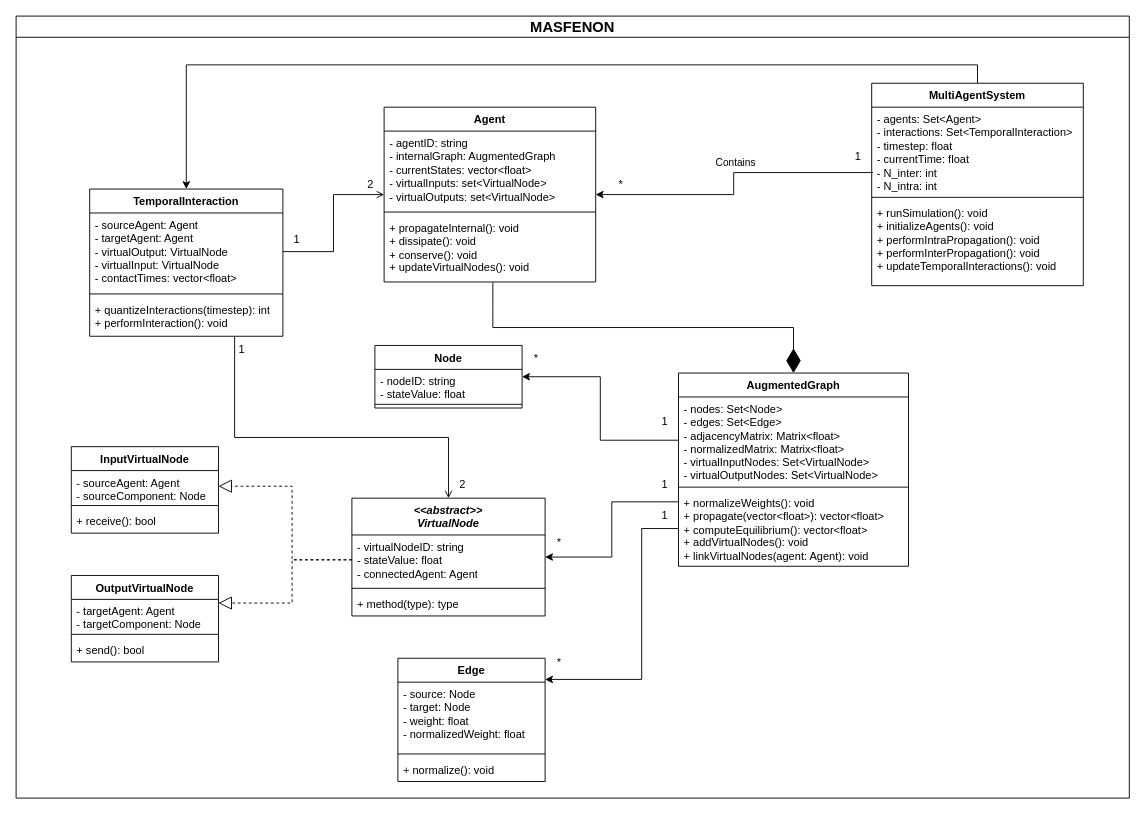
Above: docs/images/UMLfull.drawio in josura/c2c-sepia (draw.io), before the change. Source tidied: cells renumbered, new cells numbered last; positions are measured from the earlier drawing's top-left corner, leaving out a move shared by most shapes. Both pictures are drawn from the tidied source at 92%, with x=0, y=0 at pixel (16, 16).
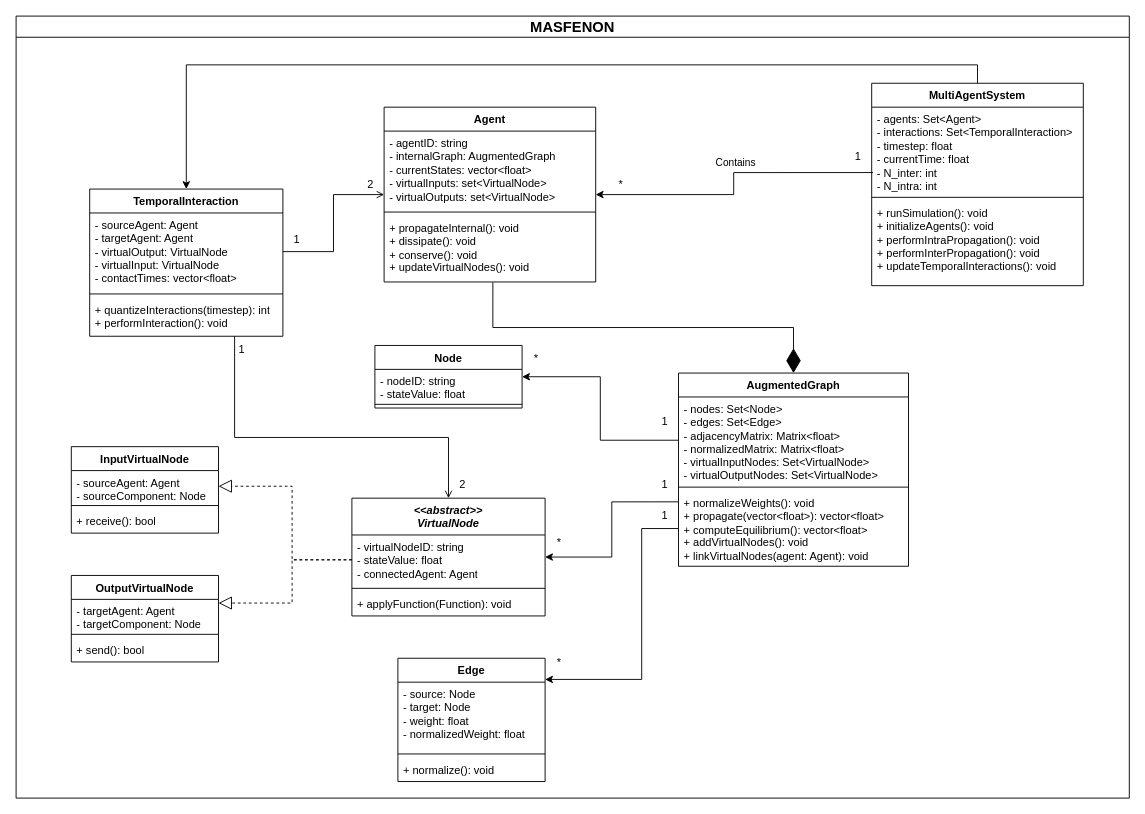
The same page after the edit.

The change refers to these unchanged cells:
```xml
<mxCell id="21" value="&lt;div&gt;&lt;i&gt;&amp;lt;&amp;lt;abstract&amp;gt;&amp;gt;&lt;/i&gt;&lt;/div&gt;&lt;div&gt;&lt;i&gt;VirtualNode&lt;/i&gt;&lt;/div&gt;" style="swimlane;fontStyle=1;align=center;verticalAlign=top;horizontal=1;startSize=40;whiteSpace=wrap;html=1;" parent="2" vertex="1">
  <mxGeometry x="365" y="524" width="210" height="128" as="geometry" />
</mxCell>
```

What changed in the source:
```diff
@@
-    <mxCell id="24" value="+ method(type): type" style="text;strokeColor=none;fillColor=none;align=left;verticalAlign=top;spacingLeft=4;spacingRight=4;overflow=hidden;whiteSpace=wrap;html=1;" parent="21" vertex="1">
+    <mxCell id="24" value="+ applyFunction(Function): void" style="text;strokeColor=none;fillColor=none;align=left;verticalAlign=top;spacingLeft=4;spacingRight=4;overflow=hidden;whiteSpace=wrap;html=1;" parent="21" vertex="1">
       <mxGeometry y="102" width="210" height="26" as="geometry" />
     </mxCell>
```
